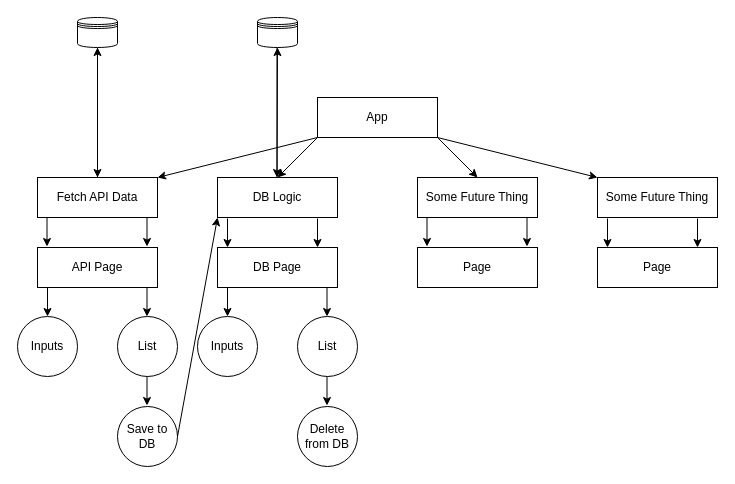
Before: revision-website/plan/diagram.drawio in MikeChara/EightWeekRevisionProject, a draw.io diagram. Source tidied: cells renumbered, new cells numbered last; positions are measured from the earlier drawing's top-left corner, leaving out a move shared by most shapes. Both pictures are drawn from the tidied source at 100%, with x=0, y=0 at pixel (17, 17).
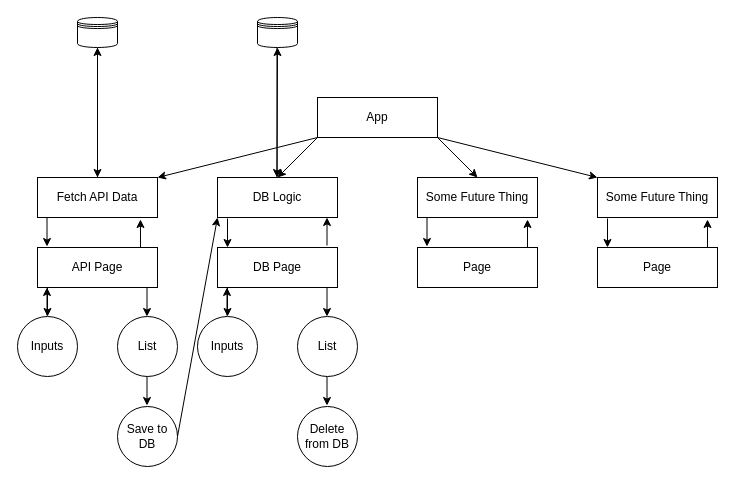
The same page after the edit.

Unchanged cells that the change refers to:
```xml
<mxCell id="3" value="Fetch API Data" style="rounded=0;whiteSpace=wrap;html=1;" parent="1" vertex="1">
  <mxGeometry x="20" y="160" width="120" height="40" as="geometry" />
</mxCell>
```

Diff of the diagram source:
```diff
@@
-    <mxCell id="21" style="endArrow=classic;html=1;entryX=0.5;entryY=0;entryDx=0;entryDy=0;exitX=0.083;exitY=1.025;exitDx=0;exitDy=0;exitPerimeter=0;" parent="1" edge="1">
-      <mxGeometry relative="1" as="geometry">
-        <mxPoint x="129.5" y="200" as="sourcePoint" />
-        <mxPoint x="129.5" y="229" as="targetPoint" />
-      </mxGeometry>
-    </mxCell>
@@
-    <mxCell id="24" style="endArrow=classic;html=1;entryX=0.5;entryY=0;entryDx=0;entryDy=0;exitX=0.083;exitY=1.025;exitDx=0;exitDy=0;exitPerimeter=0;" parent="1" edge="1">
-      <mxGeometry relative="1" as="geometry">
-        <mxPoint x="300" y="201" as="sourcePoint" />
-        <mxPoint x="300" y="230" as="targetPoint" />
-      </mxGeometry>
-    </mxCell>
@@
-    <mxCell id="37" style="endArrow=classic;html=1;entryX=0.5;entryY=0;entryDx=0;entryDy=0;exitX=0.083;exitY=1.025;exitDx=0;exitDy=0;exitPerimeter=0;" parent="1" edge="1">
-      <mxGeometry relative="1" as="geometry">
-        <mxPoint x="509.5" y="200" as="sourcePoint" />
-        <mxPoint x="509.5" y="229" as="targetPoint" />
-      </mxGeometry>
-    </mxCell>
@@
-    <mxCell id="39" style="endArrow=classic;html=1;entryX=0.5;entryY=0;entryDx=0;entryDy=0;exitX=0.083;exitY=1.025;exitDx=0;exitDy=0;exitPerimeter=0;" parent="1" edge="1">
-      <mxGeometry relative="1" as="geometry">
-        <mxPoint x="680" y="201" as="sourcePoint" />
-        <mxPoint x="680" y="230" as="targetPoint" />
-      </mxGeometry>
-    </mxCell>
@@
+    <mxCell id="42" style="endArrow=classic;html=1;entryX=0.858;entryY=1.05;entryDx=0;entryDy=0;entryPerimeter=0;" parent="1" edge="1" target="3">
+      <mxGeometry relative="1" as="geometry">
+        <mxPoint x="123" y="230" as="sourcePoint" />
+      </mxGeometry>
+    </mxCell>
+    <mxCell id="43" style="endArrow=classic;html=1;entryX=0.858;entryY=1.05;entryDx=0;entryDy=0;entryPerimeter=0;" parent="1" edge="1">
+      <mxGeometry relative="1" as="geometry">
+        <mxPoint x="309.5" y="228" as="sourcePoint" />
+        <mxPoint x="309.5" y="200" as="targetPoint" />
+      </mxGeometry>
+    </mxCell>
+    <mxCell id="44" style="endArrow=classic;html=1;entryX=0.858;entryY=1.05;entryDx=0;entryDy=0;entryPerimeter=0;" parent="1" edge="1">
+      <mxGeometry relative="1" as="geometry">
+        <mxPoint x="510" y="230" as="sourcePoint" />
+        <mxPoint x="510" y="202" as="targetPoint" />
+      </mxGeometry>
+    </mxCell>
+    <mxCell id="45" style="endArrow=classic;html=1;entryX=0.858;entryY=1.05;entryDx=0;entryDy=0;entryPerimeter=0;" parent="1" edge="1">
+      <mxGeometry relative="1" as="geometry">
+        <mxPoint x="690" y="230" as="sourcePoint" />
+        <mxPoint x="690" y="202" as="targetPoint" />
+      </mxGeometry>
+    </mxCell>
+    <mxCell id="46" style="endArrow=classic;html=1;entryX=0.858;entryY=1.05;entryDx=0;entryDy=0;entryPerimeter=0;" parent="1" edge="1">
+      <mxGeometry relative="1" as="geometry">
+        <mxPoint x="29.5" y="298" as="sourcePoint" />
+        <mxPoint x="29.5" y="270" as="targetPoint" />
+      </mxGeometry>
+    </mxCell>
+    <mxCell id="47" style="endArrow=classic;html=1;entryX=0.858;entryY=1.05;entryDx=0;entryDy=0;entryPerimeter=0;" parent="1" edge="1">
+      <mxGeometry relative="1" as="geometry">
+        <mxPoint x="209.5" y="298" as="sourcePoint" />
+        <mxPoint x="209.5" y="270" as="targetPoint" />
+      </mxGeometry>
+    </mxCell>
```
